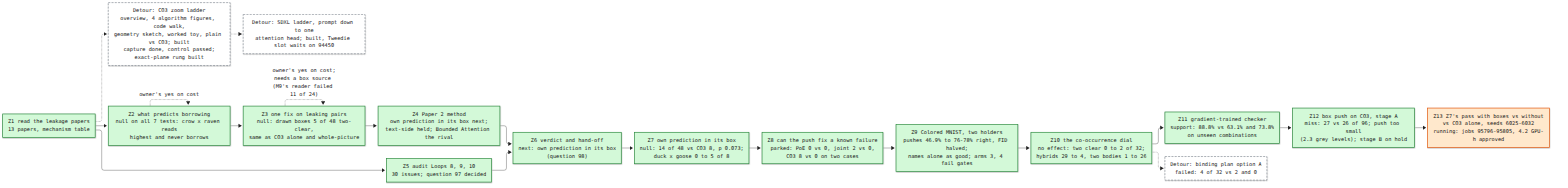
The Mermaid diagram artifacts/notes/progress/leakage/loop-12-progress.png in mo-rsa24/concept-composition, before a commit. Its source is kept beside it as artifacts/notes/progress/leakage/loop-12-progress.mmd.
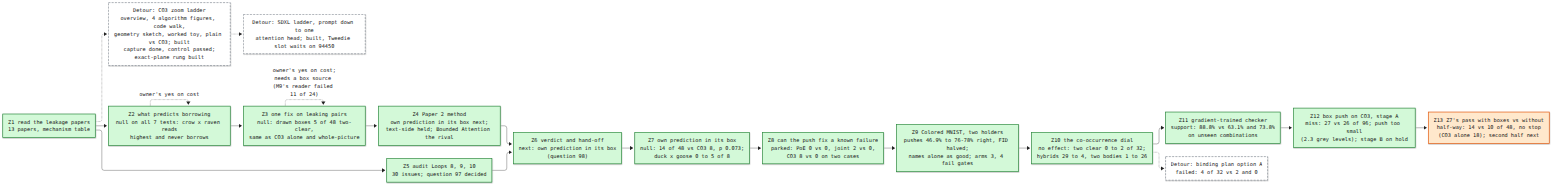
Later version of the same file.

Commit message:
Loop 12 map: Z13 half-way count, no stop

The edit, as a diff of the source:
```diff
@@ -26,7 +26,7 @@
   Z10 --> Z11
   Z12["Z12 box push on CO3, stage A<br/>miss: 27 vs 26 of 96; push too small<br/>(2.3 grey levels); stage B on hold"]:::done
   Z11 --> Z12
-  Z13["Z13 Z7's pass with boxes vs without<br/>vs CO3 alone, seeds 6025-6032<br/>running: jobs 95796-95805, 4.2 GPU-h approved"]:::doing
+  Z13["Z13 Z7's pass with boxes vs without<br/>half-way: 14 vs 10 of 48, no stop<br/>(CO3 alone 18); second half next"]:::doing
   Z12 --> Z13
   DB["Detour: binding plan option A<br/>failed: 4 of 32 vs 2 and 0"]:::detour
   Z10 -.-> DB
```
